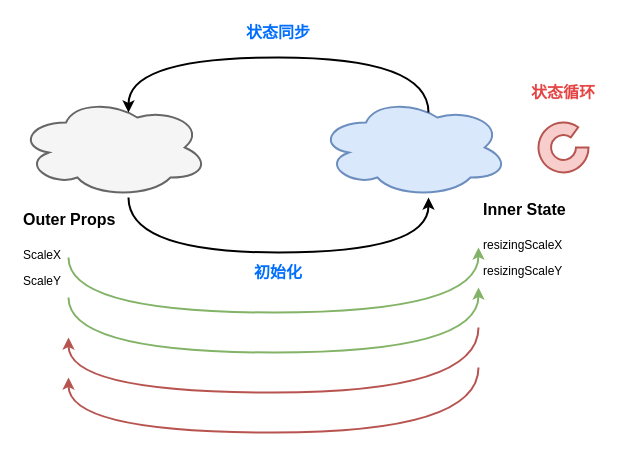
Earlier version of the draw.io diagram 11.drawio (ShawnTu/git-tutorial). Source tidied: cells renumbered, new cells numbered last; positions are measured from the earlier drawing's top-left corner, leaving out a move shared by most shapes. Both pictures are drawn from the tidied source at 100%, with x=0, y=0 at pixel (18, 17).
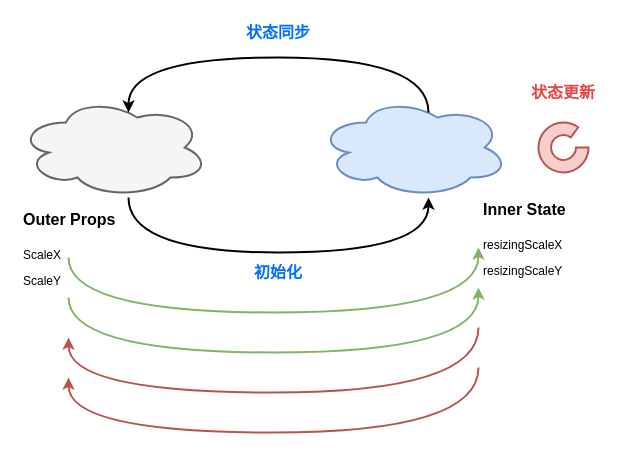
After the change.

Change to the diagram source:
```diff
@@
-    <mxCell id="15" value="&lt;b style=&quot;&quot;&gt;&lt;font color=&quot;#e54545&quot;&gt;状态循环&lt;/font&gt;&lt;/b&gt;" style="text;html=1;strokeColor=none;fillColor=none;align=center;verticalAlign=middle;whiteSpace=wrap;rounded=0;fontSize=16;" parent="1" vertex="1">
+    <mxCell id="15" value="&lt;b style=&quot;&quot;&gt;&lt;font color=&quot;#e54545&quot;&gt;状态更新&lt;/font&gt;&lt;/b&gt;" style="text;html=1;strokeColor=none;fillColor=none;align=center;verticalAlign=middle;whiteSpace=wrap;rounded=0;fontSize=16;" parent="1" vertex="1">
       <mxGeometry x="500" y="60" width="90" height="30" as="geometry" />
     </mxCell>
```
